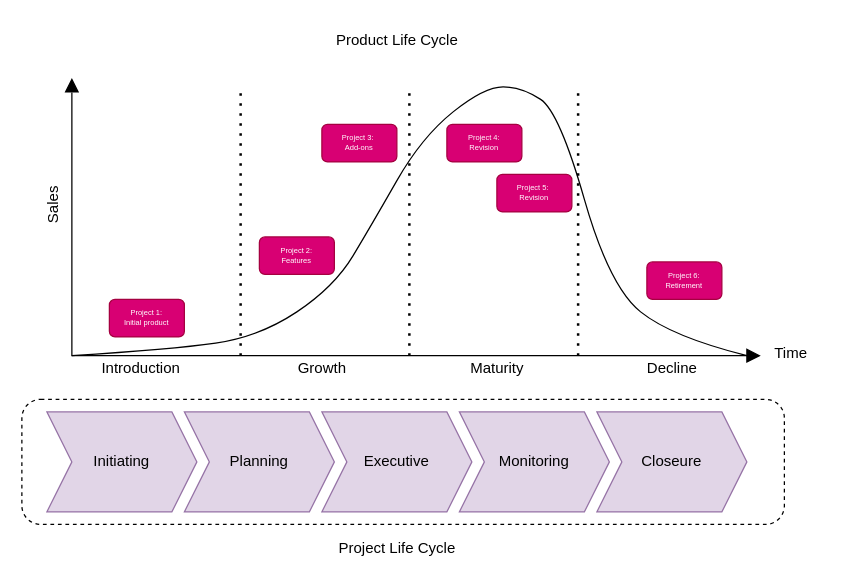
The draw.io diagram ProjectProductOverlap.drawio in Sky-monster/Diagrams, before the edit. Source tidied: cells renumbered, new cells numbered last; positions are measured from the earlier drawing's top-left corner, leaving out a move shared by most shapes. Both pictures are drawn from the tidied source at 125%, with x=0, y=0 at pixel (21, -114).
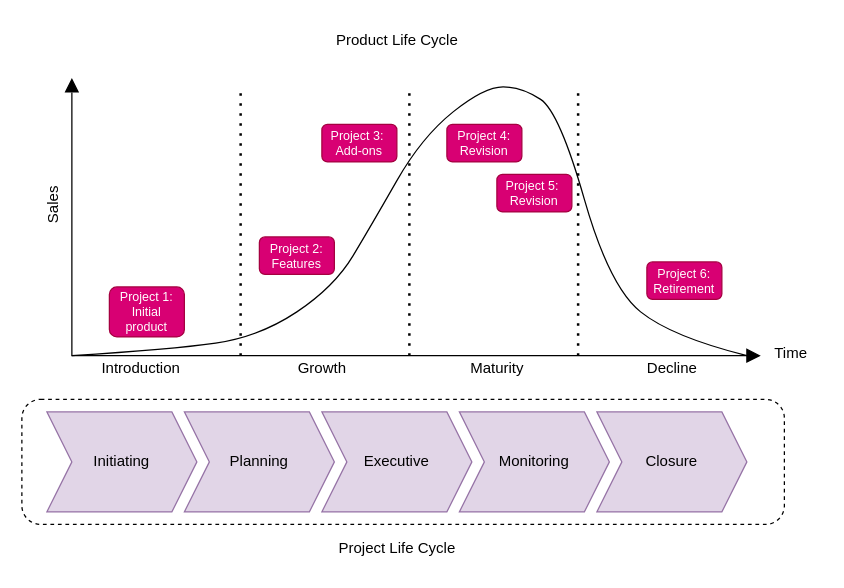
The same page after the edit.

Diff of the diagram source:
```diff
@@
-    <mxCell id="10" value="Closeure" style="shape=step;perimeter=stepPerimeter;whiteSpace=wrap;html=1;fixedSize=1;fillColor=#e1d5e7;strokeColor=#9673a6;" parent="1" vertex="1">
+    <mxCell id="10" value="Closure" style="shape=step;perimeter=stepPerimeter;whiteSpace=wrap;html=1;fixedSize=1;fillColor=#e1d5e7;strokeColor=#9673a6;" parent="1" vertex="1">
       <mxGeometry x="460" y="420" width="120" height="80" as="geometry" />
     </mxCell>
@@
-    <mxCell id="17" value="Project 1: &lt;br&gt;Initial product" style="rounded=1;whiteSpace=wrap;html=1;fillColor=#d80073;fontColor=#ffffff;strokeColor=#A50040;fontSize=6;" parent="1" vertex="1">
-      <mxGeometry x="70" y="330" width="60" height="30" as="geometry" />
+    <mxCell id="17" value="Project 1: &lt;br&gt;Initial product" style="rounded=1;whiteSpace=wrap;html=1;fillColor=#d80073;fontColor=#ffffff;strokeColor=#A50040;fontSize=10;" parent="1" vertex="1">
+      <mxGeometry x="70" y="320" width="60" height="40" as="geometry" />
     </mxCell>
-    <mxCell id="18" value="Project 2: &lt;br&gt;Features" style="rounded=1;whiteSpace=wrap;html=1;fillColor=#d80073;fontColor=#ffffff;strokeColor=#A50040;fontSize=6;" parent="1" vertex="1">
+    <mxCell id="18" value="Project 2: &lt;br&gt;Features" style="rounded=1;whiteSpace=wrap;html=1;fillColor=#d80073;fontColor=#ffffff;strokeColor=#A50040;fontSize=10;" parent="1" vertex="1">
       <mxGeometry x="190" y="280" width="60" height="30" as="geometry" />
     </mxCell>
-    <mxCell id="19" value="Project 3:&amp;nbsp;&lt;br&gt;Add-ons" style="rounded=1;whiteSpace=wrap;html=1;fillColor=#d80073;fontColor=#ffffff;strokeColor=#A50040;fontSize=6;" parent="1" vertex="1">
+    <mxCell id="19" value="Project 3:&amp;nbsp;&lt;br&gt;Add-ons" style="rounded=1;whiteSpace=wrap;html=1;fillColor=#d80073;fontColor=#ffffff;strokeColor=#A50040;fontSize=10;" parent="1" vertex="1">
       <mxGeometry x="240" y="190" width="60" height="30" as="geometry" />
     </mxCell>
-    <mxCell id="20" value="Project 5:&amp;nbsp;&lt;br&gt;Revision" style="rounded=1;whiteSpace=wrap;html=1;fillColor=#d80073;fontColor=#ffffff;strokeColor=#A50040;fontSize=6;" parent="1" vertex="1">
+    <mxCell id="20" value="Project 5:&amp;nbsp;&lt;br&gt;Revision" style="rounded=1;whiteSpace=wrap;html=1;fillColor=#d80073;fontColor=#ffffff;strokeColor=#A50040;fontSize=10;" parent="1" vertex="1">
       <mxGeometry x="380" y="230" width="60" height="30" as="geometry" />
     </mxCell>
-    <mxCell id="21" value="Project 4: &lt;br&gt;Revision" style="rounded=1;whiteSpace=wrap;html=1;fillColor=#d80073;fontColor=#ffffff;strokeColor=#A50040;fontSize=6;" parent="1" vertex="1">
+    <mxCell id="21" value="Project 4: &lt;br&gt;Revision" style="rounded=1;whiteSpace=wrap;html=1;fillColor=#d80073;fontColor=#ffffff;strokeColor=#A50040;fontSize=10;" parent="1" vertex="1">
       <mxGeometry x="340" y="190" width="60" height="30" as="geometry" />
     </mxCell>
-    <mxCell id="22" value="Project 6: &lt;br&gt;Retirement" style="rounded=1;whiteSpace=wrap;html=1;fillColor=#d80073;fontColor=#ffffff;strokeColor=#A50040;fontSize=6;" parent="1" vertex="1">
+    <mxCell id="22" value="Project 6: &lt;br&gt;Retirement" style="rounded=1;whiteSpace=wrap;html=1;fillColor=#d80073;fontColor=#ffffff;strokeColor=#A50040;fontSize=10;" parent="1" vertex="1">
       <mxGeometry x="500" y="300" width="60" height="30" as="geometry" />
     </mxCell>
```
